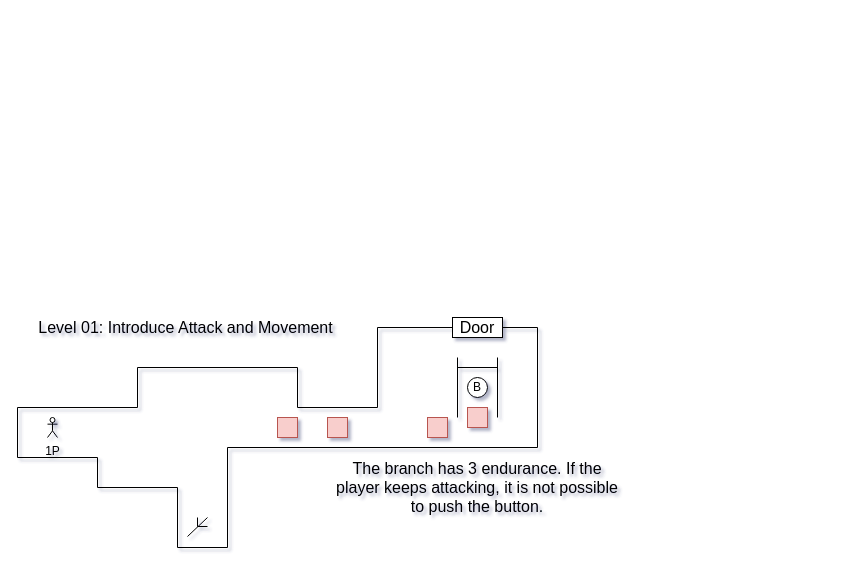
This is docs/Level Design/Level 01.drawio from blueloveTH/BlackAndWhite, a draw.io file, before an edit. Source tidied: cells renumbered, new cells numbered last; positions are measured from the earlier drawing's top-left corner, leaving out a move shared by most shapes. Both pictures are drawn from the tidied source at 100%, with x=0, y=0 at pixel (17, 312).
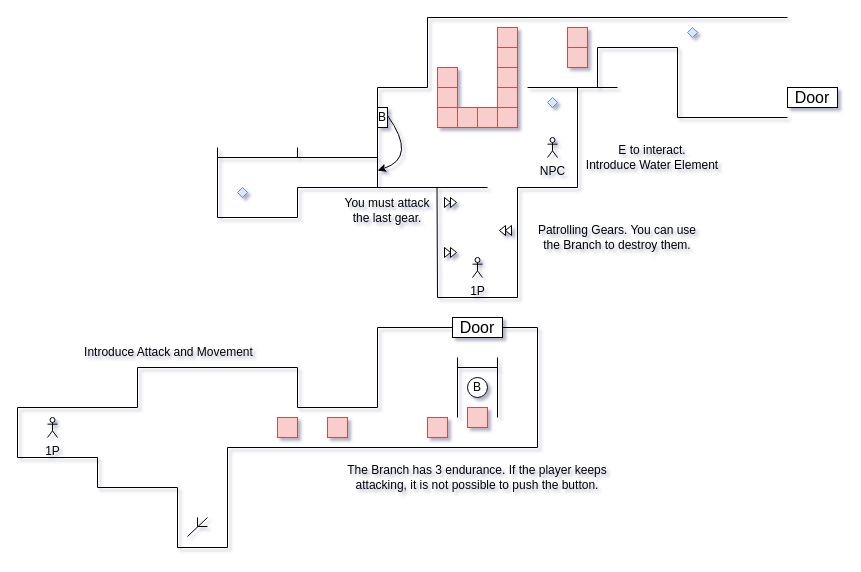
After the change.

What changed in the source:
```diff
@@
-    <mxCell id="27" value="Level 01: Introduce Attack and Movement" style="text;html=1;strokeColor=none;fillColor=none;align=center;verticalAlign=middle;whiteSpace=wrap;rounded=0;fontSize=16;" parent="1" vertex="1">
-      <mxGeometry x="17" width="303" height="30" as="geometry" />
+    <mxCell id="27" value="Introduce Attack and Movement" style="text;html=1;strokeColor=none;fillColor=none;align=center;verticalAlign=middle;whiteSpace=wrap;rounded=0;fontSize=12;" parent="1" vertex="1">
+      <mxGeometry x="30" y="25" width="243" height="30" as="geometry" />
     </mxCell>
@@
-    <mxCell id="31" value="The branch has 3 endurance. If the player keeps attacking, it is not possible to push the button." style="text;html=1;strokeColor=none;fillColor=none;align=center;verticalAlign=middle;whiteSpace=wrap;rounded=0;fontSize=16;" parent="1" vertex="1">
-      <mxGeometry x="315" y="145" width="290" height="60" as="geometry" />
+    <mxCell id="31" value="The Branch has 3 endurance. If the player keeps attacking, it is not possible to push the button." style="text;html=1;strokeColor=none;fillColor=none;align=center;verticalAlign=middle;whiteSpace=wrap;rounded=0;fontSize=12;" parent="1" vertex="1">
+      <mxGeometry x="315" y="145" width="290" height="40" as="geometry" />
     </mxCell>
@@
+    <mxCell id="34" style="endArrow=none;html=1;" parent="1" edge="1">
+      <mxGeometry relative="1" as="geometry">
+        <mxPoint x="420" y="-15" as="sourcePoint" />
+        <mxPoint x="500" y="-15" as="targetPoint" />
+      </mxGeometry>
+    </mxCell>
+    <mxCell id="35" style="endArrow=none;html=1;" parent="1" edge="1">
+      <mxGeometry relative="1" as="geometry">
+        <mxPoint x="420" y="-15" as="sourcePoint" />
+        <mxPoint x="419.5" y="-125" as="targetPoint" />
+      </mxGeometry>
+    </mxCell>
+    <mxCell id="36" style="endArrow=none;html=1;" parent="1" edge="1">
+      <mxGeometry relative="1" as="geometry">
+        <mxPoint x="500" y="-15" as="sourcePoint" />
+        <mxPoint x="500" y="-125" as="targetPoint" />
+      </mxGeometry>
+    </mxCell>
+    <mxCell id="37" style="triangle;whiteSpace=wrap;html=1;" parent="1" vertex="1">
+      <mxGeometry x="433" y="-65" width="6" height="10" as="geometry" />
+    </mxCell>
+    <mxCell id="38" style="triangle;whiteSpace=wrap;html=1;" parent="1" vertex="1">
+      <mxGeometry x="427" y="-65" width="6" height="10" as="geometry" />
+    </mxCell>
+    <mxCell id="39" style="triangle;whiteSpace=wrap;html=1;direction=west;" parent="1" vertex="1">
+      <mxGeometry x="488" y="-87" width="6" height="10" as="geometry" />
+    </mxCell>
+    <mxCell id="40" style="triangle;whiteSpace=wrap;html=1;direction=west;" parent="1" vertex="1">
+      <mxGeometry x="482" y="-87" width="6" height="10" as="geometry" />
+    </mxCell>
+    <mxCell id="41" style="triangle;whiteSpace=wrap;html=1;" parent="1" vertex="1">
+      <mxGeometry x="433" y="-115" width="6" height="10" as="geometry" />
+    </mxCell>
+    <mxCell id="42" style="triangle;whiteSpace=wrap;html=1;" parent="1" vertex="1">
+      <mxGeometry x="427" y="-115" width="6" height="10" as="geometry" />
+    </mxCell>
+    <mxCell id="43" value="1P" style="shape=umlActor;verticalLabelPosition=bottom;verticalAlign=top;html=1;" parent="1" vertex="1">
+      <mxGeometry x="455" y="-55" width="10" height="20" as="geometry" />
+    </mxCell>
+    <mxCell id="44" style="endArrow=none;html=1;" parent="1" edge="1">
+      <mxGeometry relative="1" as="geometry">
+        <mxPoint x="280" y="-125" as="sourcePoint" />
+        <mxPoint x="470" y="-125" as="targetPoint" />
+      </mxGeometry>
+    </mxCell>
+    <mxCell id="45" style="endArrow=none;html=1;" parent="1" edge="1">
+      <mxGeometry relative="1" as="geometry">
+        <mxPoint x="500" y="-125" as="sourcePoint" />
+        <mxPoint x="560" y="-125" as="targetPoint" />
+      </mxGeometry>
+    </mxCell>
+    <mxCell id="46" style="endArrow=none;html=1;" parent="1" edge="1">
+      <mxGeometry relative="1" as="geometry">
+        <mxPoint x="360" y="-225" as="sourcePoint" />
+        <mxPoint x="360" y="-125" as="targetPoint" />
+      </mxGeometry>
+    </mxCell>
+    <mxCell id="47" style="endArrow=none;html=1;" parent="1" edge="1">
+      <mxGeometry relative="1" as="geometry">
+        <mxPoint x="560" y="-125" as="sourcePoint" />
+        <mxPoint x="560" y="-225" as="targetPoint" />
+      </mxGeometry>
+    </mxCell>
+    <mxCell id="48" value="Patrolling Gears. You can use the Branch to destroy them." style="text;html=1;strokeColor=none;fillColor=none;align=center;verticalAlign=middle;whiteSpace=wrap;rounded=0;" parent="1" vertex="1">
+      <mxGeometry x="510" y="-85" width="180" height="20" as="geometry" />
+    </mxCell>
+    <mxCell id="49" value="NPC" style="shape=umlActor;verticalLabelPosition=bottom;verticalAlign=top;html=1;" parent="1" vertex="1">
+      <mxGeometry x="530" y="-175" width="10" height="20" as="geometry" />
+    </mxCell>
+    <mxCell id="50" style="whiteSpace=wrap;html=1;fillColor=#f8cecc;strokeColor=#b85450;" parent="1" vertex="1">
+      <mxGeometry x="420" y="-205" width="20" height="20" as="geometry" />
+    </mxCell>
+    <mxCell id="51" style="whiteSpace=wrap;html=1;fillColor=#f8cecc;strokeColor=#b85450;" parent="1" vertex="1">
+      <mxGeometry x="480" y="-205" width="20" height="20" as="geometry" />
+    </mxCell>
+    <mxCell id="52" style="whiteSpace=wrap;html=1;fillColor=#f8cecc;strokeColor=#b85450;" parent="1" vertex="1">
+      <mxGeometry x="440" y="-205" width="20" height="20" as="geometry" />
+    </mxCell>
+    <mxCell id="53" style="whiteSpace=wrap;html=1;fillColor=#f8cecc;strokeColor=#b85450;" parent="1" vertex="1">
+      <mxGeometry x="460" y="-205" width="20" height="20" as="geometry" />
+    </mxCell>
+    <mxCell id="54" style="whiteSpace=wrap;html=1;fillColor=#f8cecc;strokeColor=#b85450;" parent="1" vertex="1">
+      <mxGeometry x="420" y="-225" width="20" height="20" as="geometry" />
+    </mxCell>
+    <mxCell id="55" style="whiteSpace=wrap;html=1;fillColor=#f8cecc;strokeColor=#b85450;" parent="1" vertex="1">
+      <mxGeometry x="420" y="-245" width="20" height="20" as="geometry" />
+    </mxCell>
+    <mxCell id="56" style="whiteSpace=wrap;html=1;fillColor=#f8cecc;strokeColor=#b85450;" parent="1" vertex="1">
+      <mxGeometry x="480" y="-225" width="20" height="20" as="geometry" />
+    </mxCell>
+    <mxCell id="57" style="whiteSpace=wrap;html=1;fillColor=#f8cecc;strokeColor=#b85450;" parent="1" vertex="1">
+      <mxGeometry x="480" y="-245" width="20" height="20" as="geometry" />
+    </mxCell>
+    <mxCell id="58" style="whiteSpace=wrap;html=1;fillColor=#f8cecc;strokeColor=#b85450;" parent="1" vertex="1">
+      <mxGeometry x="480" y="-265" width="20" height="20" as="geometry" />
+    </mxCell>
+    <mxCell id="59" style="whiteSpace=wrap;html=1;fillColor=#f8cecc;strokeColor=#b85450;" parent="1" vertex="1">
+      <mxGeometry x="550" y="-285" width="20" height="20" as="geometry" />
+    </mxCell>
+    <mxCell id="60" value="E to interact.&lt;br&gt;Introduce Water Element" style="text;html=1;strokeColor=none;fillColor=none;align=center;verticalAlign=middle;whiteSpace=wrap;rounded=0;" parent="1" vertex="1">
+      <mxGeometry x="560" y="-165" width="150" height="20" as="geometry" />
+    </mxCell>
+    <mxCell id="61" value="B" style="rounded=0;whiteSpace=wrap;html=1;" parent="1" vertex="1">
+      <mxGeometry x="360" y="-205" width="10" height="20" as="geometry" />
+    </mxCell>
+    <mxCell id="62" style="endArrow=none;html=1;" parent="1" edge="1">
+      <mxGeometry relative="1" as="geometry">
+        <mxPoint x="360" y="-225" as="sourcePoint" />
+        <mxPoint x="410" y="-225" as="targetPoint" />
+      </mxGeometry>
+    </mxCell>
+    <mxCell id="63" style="endArrow=none;html=1;" parent="1" edge="1">
+      <mxGeometry relative="1" as="geometry">
+        <mxPoint x="410" y="-225" as="sourcePoint" />
+        <mxPoint x="410" y="-295" as="targetPoint" />
+      </mxGeometry>
+    </mxCell>
+    <mxCell id="64" style="endArrow=none;html=1;" parent="1" edge="1">
+      <mxGeometry relative="1" as="geometry">
+        <mxPoint x="510" y="-225" as="sourcePoint" />
+        <mxPoint x="600" y="-225" as="targetPoint" />
+      </mxGeometry>
+    </mxCell>
+    <mxCell id="65" style="endArrow=none;html=1;" parent="1" edge="1">
+      <mxGeometry relative="1" as="geometry">
+        <mxPoint x="580" y="-265" as="sourcePoint" />
+        <mxPoint x="580" y="-225" as="targetPoint" />
+      </mxGeometry>
+    </mxCell>
+    <mxCell id="66" style="endArrow=none;html=1;" parent="1" edge="1">
+      <mxGeometry relative="1" as="geometry">
+        <mxPoint x="410" y="-295" as="sourcePoint" />
+        <mxPoint x="770" y="-295" as="targetPoint" />
+      </mxGeometry>
+    </mxCell>
+    <mxCell id="67" style="endArrow=none;html=1;" parent="1" edge="1">
+      <mxGeometry relative="1" as="geometry">
+        <mxPoint x="280" y="-155" as="sourcePoint" />
+        <mxPoint x="280" y="-165" as="targetPoint" />
+      </mxGeometry>
+    </mxCell>
+    <mxCell id="68" style="endArrow=none;html=1;" parent="1" edge="1">
+      <mxGeometry relative="1" as="geometry">
+        <mxPoint x="200" y="-155" as="sourcePoint" />
+        <mxPoint x="360" y="-155" as="targetPoint" />
+      </mxGeometry>
+    </mxCell>
+    <mxCell id="69" style="endArrow=none;html=1;" parent="1" edge="1">
+      <mxGeometry relative="1" as="geometry">
+        <mxPoint x="200" y="-95" as="sourcePoint" />
+        <mxPoint x="200" y="-165" as="targetPoint" />
+      </mxGeometry>
+    </mxCell>
+    <mxCell id="70" style="endArrow=none;html=1;" parent="1" edge="1">
+      <mxGeometry relative="1" as="geometry">
+        <mxPoint x="200" y="-95" as="sourcePoint" />
+        <mxPoint x="280" y="-95" as="targetPoint" />
+      </mxGeometry>
+    </mxCell>
+    <mxCell id="71" style="endArrow=none;html=1;" parent="1" edge="1">
+      <mxGeometry relative="1" as="geometry">
+        <mxPoint x="280" y="-95" as="sourcePoint" />
+        <mxPoint x="280" y="-125" as="targetPoint" />
+      </mxGeometry>
+    </mxCell>
+    <mxCell id="72" style="whiteSpace=wrap;html=1;fillColor=#f8cecc;strokeColor=#b85450;" parent="1" vertex="1">
+      <mxGeometry x="480" y="-285" width="20" height="20" as="geometry" />
+    </mxCell>
+    <mxCell id="73" style="curved=1;endArrow=classic;html=1;" parent="1" edge="1">
+      <mxGeometry relative="1" as="geometry">
+        <mxPoint x="370" y="-197" as="sourcePoint" />
+        <mxPoint x="360" y="-142" as="targetPoint" />
+        <Array as="points">
+          <mxPoint x="400" y="-155" />
+        </Array>
+      </mxGeometry>
+    </mxCell>
+    <mxCell id="74" style="whiteSpace=wrap;html=1;fillColor=#f8cecc;strokeColor=#b85450;" parent="1" vertex="1">
+      <mxGeometry x="550" y="-265" width="20" height="20" as="geometry" />
+    </mxCell>
+    <mxCell id="75" style="rhombus;whiteSpace=wrap;html=1;fillColor=#dae8fc;strokeColor=#6c8ebf;" parent="1" vertex="1">
+      <mxGeometry x="530" y="-215" width="10" height="10" as="geometry" />
+    </mxCell>
+    <mxCell id="76" value="You must attack the last gear." style="text;html=1;strokeColor=none;fillColor=none;align=center;verticalAlign=middle;whiteSpace=wrap;rounded=0;" parent="1" vertex="1">
+      <mxGeometry x="325" y="-117" width="90" height="30" as="geometry" />
+    </mxCell>
+    <mxCell id="77" style="rhombus;whiteSpace=wrap;html=1;fillColor=#dae8fc;strokeColor=#6c8ebf;" parent="1" vertex="1">
+      <mxGeometry x="670" y="-285" width="10" height="10" as="geometry" />
+    </mxCell>
+    <mxCell id="78" style="rhombus;whiteSpace=wrap;html=1;fillColor=#dae8fc;strokeColor=#6c8ebf;" parent="1" vertex="1">
+      <mxGeometry x="220" y="-125" width="10" height="10" as="geometry" />
+    </mxCell>
+    <mxCell id="79" style="endArrow=none;html=1;fontSize=12;" parent="1" edge="1">
+      <mxGeometry relative="1" as="geometry">
+        <mxPoint x="660" y="-265" as="sourcePoint" />
+        <mxPoint x="660" y="-195" as="targetPoint" />
+      </mxGeometry>
+    </mxCell>
+    <mxCell id="80" style="endArrow=none;html=1;fontSize=12;" parent="1" edge="1">
+      <mxGeometry relative="1" as="geometry">
+        <mxPoint x="580" y="-265" as="sourcePoint" />
+        <mxPoint x="660" y="-265" as="targetPoint" />
+      </mxGeometry>
+    </mxCell>
+    <mxCell id="81" style="endArrow=none;html=1;fontSize=12;" parent="1" edge="1">
+      <mxGeometry relative="1" as="geometry">
+        <mxPoint x="660" y="-195" as="sourcePoint" />
+        <mxPoint x="770" y="-195" as="targetPoint" />
+      </mxGeometry>
+    </mxCell>
+    <mxCell id="82" value="Door" style="rounded=0;whiteSpace=wrap;html=1;fontSize=16;" parent="1" vertex="1">
+      <mxGeometry x="770" y="-225" width="50" height="20" as="geometry" />
+    </mxCell>
```
